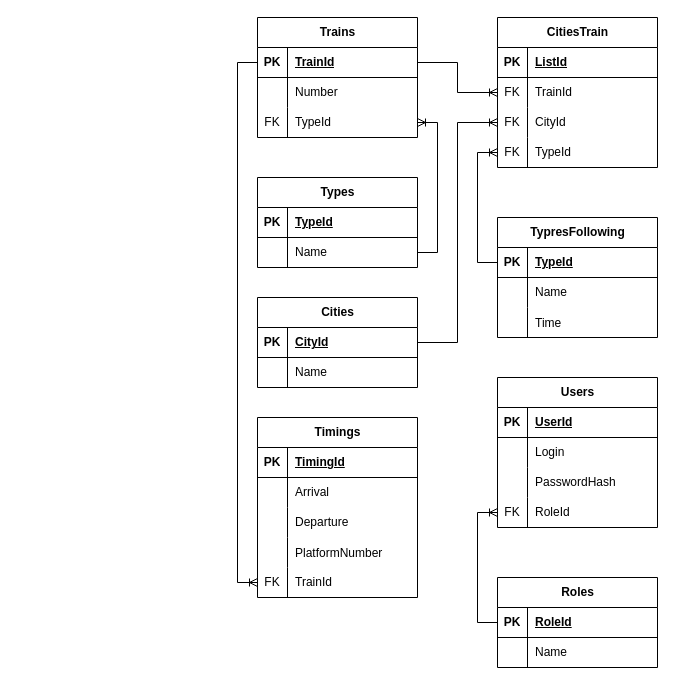
The draw.io diagram page "ЛМБД" (1 of 3) of Docks/Diagrams/TrainDiagrams.drawio in vladosss5/TrainTimings, before the edit. Source tidied: cells renumbered, new cells numbered last; positions are measured from the earlier drawing's top-left corner, leaving out a move shared by most shapes. Both pictures are drawn from the tidied source at 100%, with x=0, y=0 at pixel (237, 17).
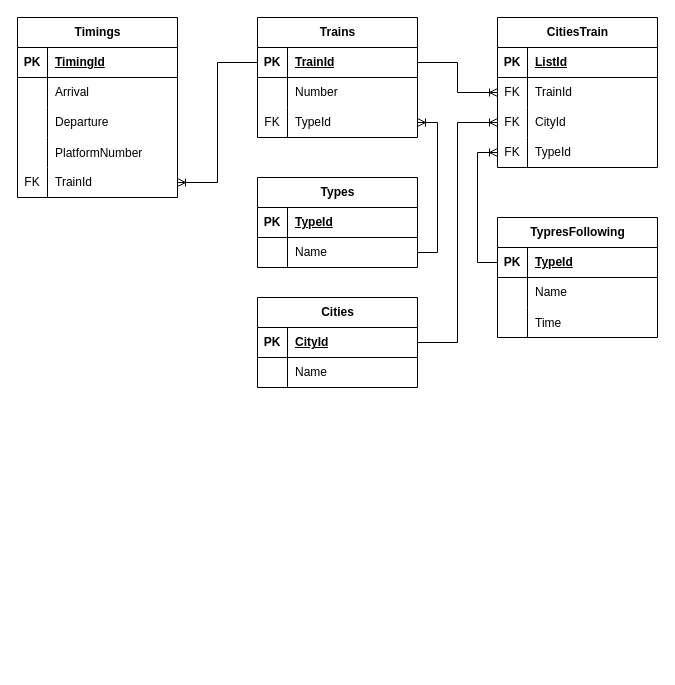
After the change.

Unchanged cells that the change refers to:
```xml
<mxCell id="16" style="shape=tableRow;horizontal=0;startSize=0;swimlaneHead=0;swimlaneBody=0;fillColor=none;points=[[0,0.5],[1,0.5]];portConstraint=eastwest;top=0;left=0;right=0;bottom=1;" parent="15" vertex="1">
  <mxGeometry y="30" width="160" height="30" as="geometry" />
</mxCell>
<mxCell id="71" style="shape=tableRow;horizontal=0;startSize=0;swimlaneHead=0;swimlaneBody=0;fillColor=none;points=[[0,0.5],[1,0.5]];portConstraint=eastwest;top=0;left=0;right=0;bottom=0;" parent="58" vertex="1">
  <mxGeometry y="150" width="160" height="30" as="geometry" />
</mxCell>
```

The edit, as a diff of the source:
```diff
@@
-    <mxCell id="2" value="Users" style="shape=table;startSize=30;childLayout=tableLayout;rowLines=0;fontStyle=1;align=center;html=1;" parent="1" vertex="1">
-      <mxGeometry x="260" y="360" width="160" height="150" as="geometry" />
-    </mxCell>
-    <mxCell id="3" style="shape=tableRow;horizontal=0;startSize=0;swimlaneHead=0;swimlaneBody=0;fillColor=none;top=0;left=0;right=0;bottom=1;" parent="2" vertex="1">
-      <mxGeometry y="30" width="160" height="30" as="geometry" />
-    </mxCell>
-    <mxCell id="4" value="PK" style="shape=partialRectangle;fillColor=none;top=0;left=0;bottom=0;right=0;fontStyle=1;overflow=hidden;whiteSpace=wrap;html=1;" parent="3" vertex="1">
-      <mxGeometry width="30" height="30" as="geometry" />
-    </mxCell>
-    <mxCell id="5" value="UserId" style="shape=partialRectangle;fillColor=none;top=0;left=0;bottom=0;right=0;align=left;spacingLeft=6;fontStyle=5;overflow=hidden;whiteSpace=wrap;html=1;" parent="3" vertex="1">
-      <mxGeometry x="30" width="130" height="30" as="geometry" />
-    </mxCell>
-    <mxCell id="6" style="shape=tableRow;horizontal=0;startSize=0;swimlaneHead=0;swimlaneBody=0;fillColor=none;top=0;left=0;right=0;bottom=0;" parent="2" vertex="1">
-      <mxGeometry y="60" width="160" height="30" as="geometry" />
-    </mxCell>
-    <mxCell id="7" style="shape=partialRectangle;fillColor=none;top=0;left=0;bottom=0;right=0;overflow=hidden;whiteSpace=wrap;html=1;" parent="6" vertex="1">
-      <mxGeometry width="30" height="30" as="geometry" />
-    </mxCell>
-    <mxCell id="8" value="Login" style="shape=partialRectangle;fillColor=none;top=0;left=0;bottom=0;right=0;align=left;spacingLeft=6;overflow=hidden;whiteSpace=wrap;html=1;" parent="6" vertex="1">
-      <mxGeometry x="30" width="130" height="30" as="geometry" />
-    </mxCell>
-    <mxCell id="9" style="shape=tableRow;horizontal=0;startSize=0;swimlaneHead=0;swimlaneBody=0;fillColor=none;top=0;left=0;right=0;bottom=0;" parent="2" vertex="1">
-      <mxGeometry y="90" width="160" height="30" as="geometry" />
-    </mxCell>
-    <mxCell id="10" style="shape=partialRectangle;fillColor=none;top=0;left=0;bottom=0;right=0;overflow=hidden;whiteSpace=wrap;html=1;" parent="9" vertex="1">
-      <mxGeometry width="30" height="30" as="geometry" />
-    </mxCell>
-    <mxCell id="11" value="PasswordHash" style="shape=partialRectangle;fillColor=none;top=0;left=0;bottom=0;right=0;align=left;spacingLeft=6;overflow=hidden;whiteSpace=wrap;html=1;" parent="9" vertex="1">
-      <mxGeometry x="30" width="130" height="30" as="geometry" />
-    </mxCell>
-    <mxCell id="12" style="shape=tableRow;horizontal=0;startSize=0;swimlaneHead=0;swimlaneBody=0;fillColor=none;points=[[0,0.5],[1,0.5]];portConstraint=eastwest;top=0;left=0;right=0;bottom=0;" parent="2" vertex="1">
-      <mxGeometry y="120" width="160" height="30" as="geometry" />
-    </mxCell>
-    <mxCell id="13" value="FK" style="shape=partialRectangle;fillColor=none;top=0;left=0;bottom=0;right=0;overflow=hidden;whiteSpace=wrap;html=1;" parent="12" vertex="1">
-      <mxGeometry width="30" height="30" as="geometry" />
-    </mxCell>
-    <mxCell id="14" value="RoleId" style="shape=partialRectangle;fillColor=none;top=0;left=0;bottom=0;right=0;align=left;spacingLeft=6;overflow=hidden;whiteSpace=wrap;html=1;" parent="12" vertex="1">
-      <mxGeometry x="30" width="130" height="30" as="geometry" />
-    </mxCell>
@@
     <mxCell id="58" value="Timings" style="shape=table;startSize=30;childLayout=tableLayout;rowLines=0;fontStyle=1;align=center;html=1;" parent="1" vertex="1">
-      <mxGeometry x="20" y="400" width="160" height="180" as="geometry" />
+      <mxGeometry x="-220" width="160" height="180" as="geometry" />
     </mxCell>
@@
-    <mxCell id="74" style="edgeStyle=orthogonalEdgeStyle;fontSize=12;html=1;endArrow=ERoneToMany;rounded=0;exitX=0;exitY=0.5;exitDx=0;exitDy=0;entryX=0;entryY=0.5;entryDx=0;entryDy=0;" parent="1" edge="1" source="16" target="71">
+    <mxCell id="74" style="edgeStyle=orthogonalEdgeStyle;fontSize=12;html=1;endArrow=ERoneToMany;rounded=0;exitX=0;exitY=0.5;exitDx=0;exitDy=0;entryX=1;entryY=0.5;entryDx=0;entryDy=0;" parent="1" edge="1" source="16" target="71">
       <mxGeometry relative="1" as="geometry">
         <Array as="points">
-          <mxPoint y="45" />
-          <mxPoint y="565" />
+          <mxPoint x="-20" y="45" />
+          <mxPoint x="-20" y="165" />
         </Array>
       </mxGeometry>
     </mxCell>
-    <mxCell id="75" value="Roles" style="shape=table;startSize=30;childLayout=tableLayout;rowLines=0;fontStyle=1;align=center;html=1;" parent="1" vertex="1">
-      <mxGeometry x="260" y="560" width="160" height="90" as="geometry" />
-    </mxCell>
-    <mxCell id="76" style="shape=tableRow;horizontal=0;startSize=0;swimlaneHead=0;swimlaneBody=0;fillColor=none;points=[[0,0.5],[1,0.5]];portConstraint=eastwest;top=0;left=0;right=0;bottom=1;" parent="75" vertex="1">
-      <mxGeometry y="30" width="160" height="30" as="geometry" />
-    </mxCell>
-    <mxCell id="77" value="PK" style="shape=partialRectangle;fillColor=none;top=0;left=0;bottom=0;right=0;fontStyle=1;overflow=hidden;whiteSpace=wrap;html=1;" parent="76" vertex="1">
-      <mxGeometry width="30" height="30" as="geometry" />
-    </mxCell>
-    <mxCell id="78" value="RoleId" style="shape=partialRectangle;fillColor=none;top=0;left=0;bottom=0;right=0;align=left;spacingLeft=6;fontStyle=5;overflow=hidden;whiteSpace=wrap;html=1;" parent="76" vertex="1">
-      <mxGeometry x="30" width="130" height="30" as="geometry" />
-    </mxCell>
-    <mxCell id="79" style="shape=tableRow;horizontal=0;startSize=0;swimlaneHead=0;swimlaneBody=0;fillColor=none;top=0;left=0;right=0;bottom=0;" parent="75" vertex="1">
-      <mxGeometry y="60" width="160" height="30" as="geometry" />
-    </mxCell>
-    <mxCell id="80" style="shape=partialRectangle;fillColor=none;top=0;left=0;bottom=0;right=0;overflow=hidden;whiteSpace=wrap;html=1;" parent="79" vertex="1">
-      <mxGeometry width="30" height="30" as="geometry" />
-    </mxCell>
-    <mxCell id="81" value="Name" style="shape=partialRectangle;fillColor=none;top=0;left=0;bottom=0;right=0;align=left;spacingLeft=6;overflow=hidden;whiteSpace=wrap;html=1;" parent="79" vertex="1">
-      <mxGeometry x="30" width="130" height="30" as="geometry" />
-    </mxCell>
-    <mxCell id="82" style="edgeStyle=orthogonalEdgeStyle;fontSize=12;html=1;endArrow=ERoneToMany;rounded=0;exitX=0;exitY=0.5;exitDx=0;exitDy=0;entryX=0;entryY=0.5;entryDx=0;entryDy=0;" parent="1" edge="1" source="76" target="12">
-      <mxGeometry relative="1" as="geometry">
-        <Array as="points">
-          <mxPoint x="240" y="605" />
-          <mxPoint x="240" y="495" />
-        </Array>
-      </mxGeometry>
-    </mxCell>
```
